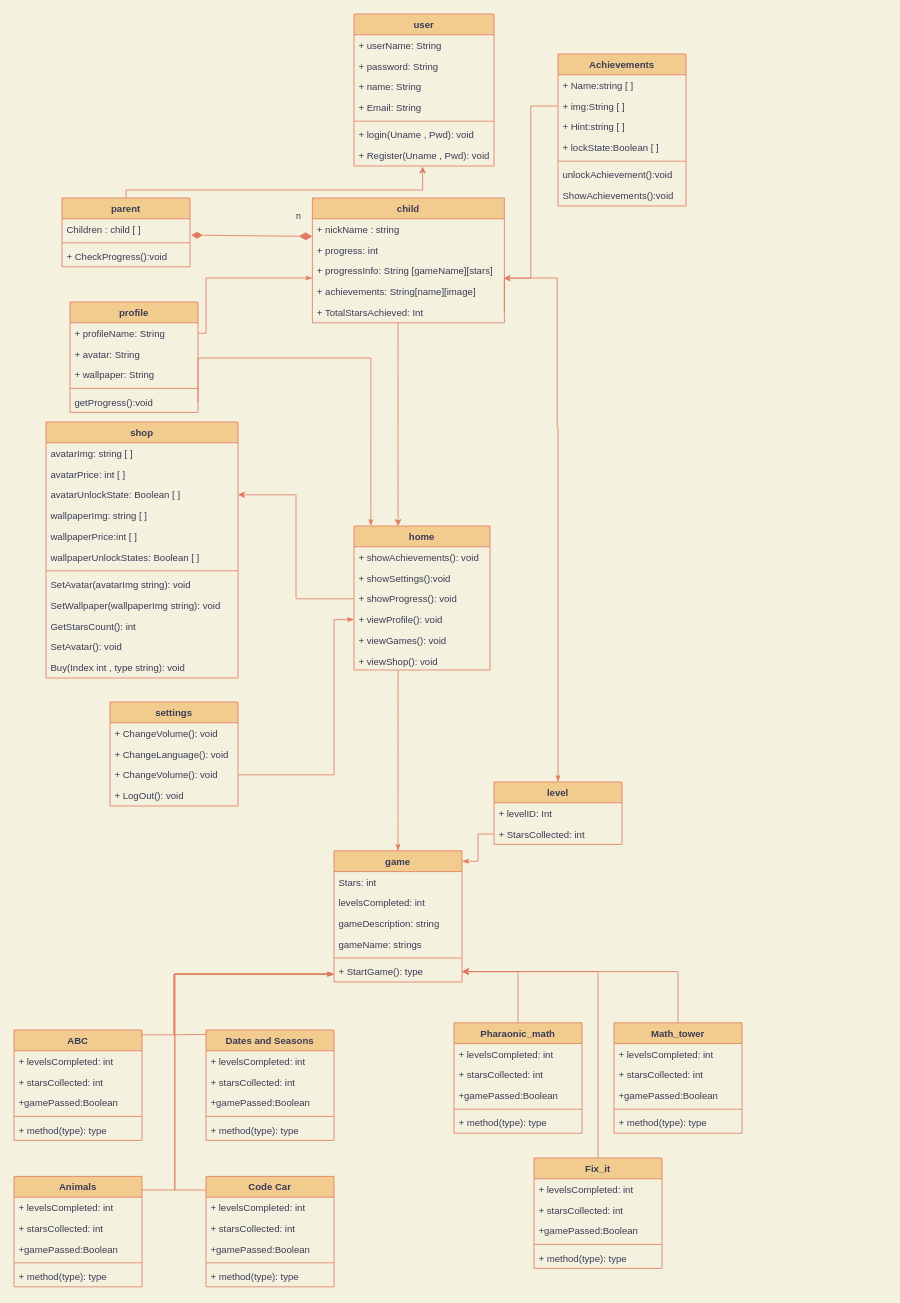
This is Diagrams/class_diagram v2.drawio from LUDOOS/LUDOSDOCS, a draw.io file, before an edit. Source tidied: cells renumbered, new cells numbered last; positions are measured from the earlier drawing's top-left corner, leaving out a move shared by most shapes. Both pictures are drawn from the tidied source at 80%, with x=0, y=0 at pixel (14, 14).
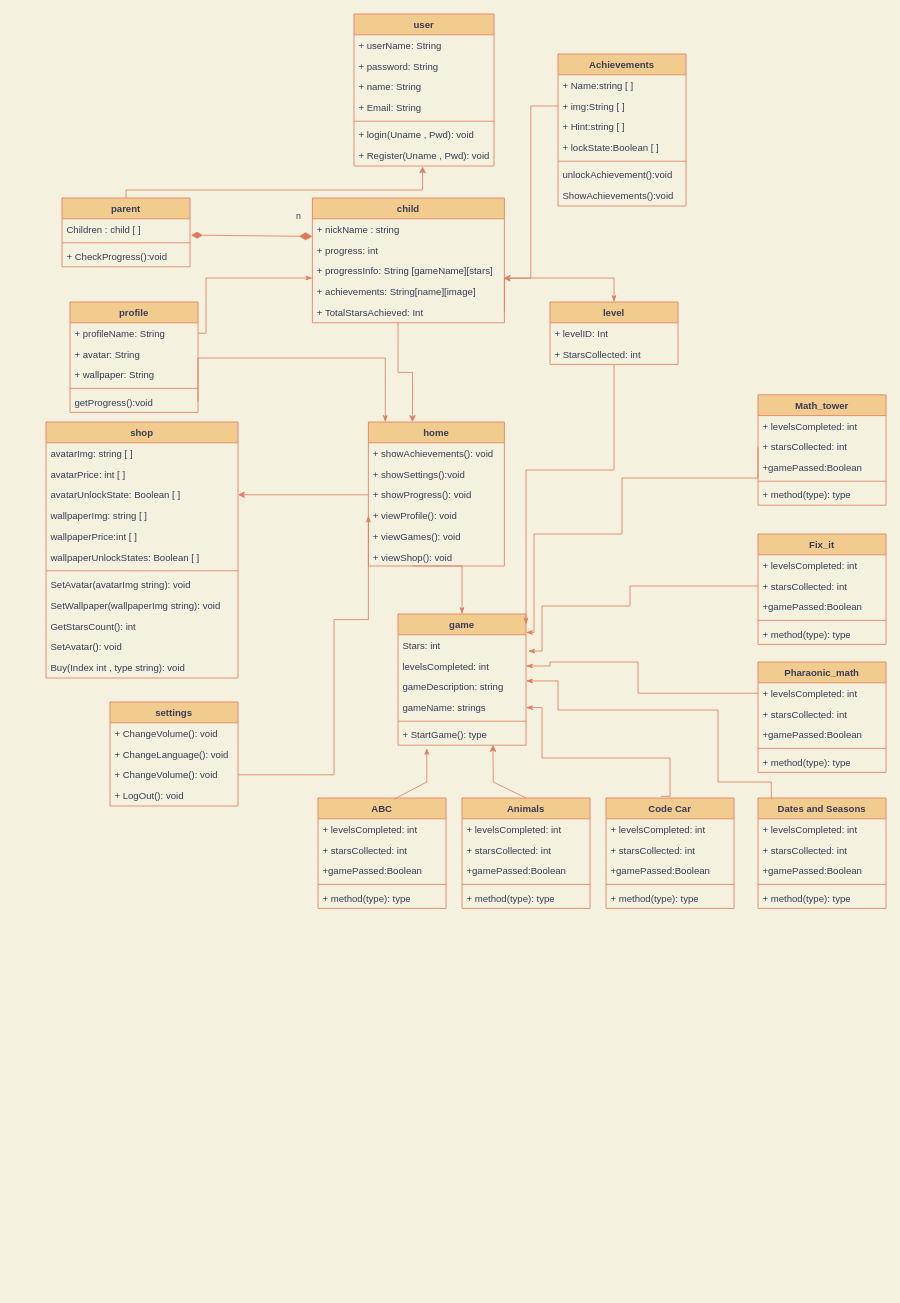
The same diagram, later.

The change refers to these unchanged cells:
```xml
<mxCell id="30" value="levelsCompleted: int" style="text;strokeColor=none;fillColor=none;align=left;verticalAlign=top;spacingLeft=4;spacingRight=4;overflow=hidden;points=[[0,0.5],[1,0.5]];portConstraint=eastwest;fontColor=#393C56;" parent="28" vertex="1">
  <mxGeometry y="52" width="160" height="26" as="geometry" />
</mxCell>
<mxCell id="31" value="gameDescription: string" style="text;strokeColor=none;fillColor=none;align=left;verticalAlign=top;spacingLeft=4;spacingRight=4;overflow=hidden;points=[[0,0.5],[1,0.5]];portConstraint=eastwest;fontColor=#393C56;" parent="28" vertex="1">
  <mxGeometry y="78" width="160" height="26" as="geometry" />
</mxCell>
<mxCell id="32" value="gameName: strings" style="text;strokeColor=none;fillColor=none;align=left;verticalAlign=top;spacingLeft=4;spacingRight=4;overflow=hidden;points=[[0,0.5],[1,0.5]];portConstraint=eastwest;fontColor=#393C56;" parent="28" vertex="1">
  <mxGeometry y="104" width="160" height="26" as="geometry" />
</mxCell>
<mxCell id="34" value="+ StartGame(): type" style="text;strokeColor=none;fillColor=none;align=left;verticalAlign=top;spacingLeft=4;spacingRight=4;overflow=hidden;points=[[0,0.5],[1,0.5]];portConstraint=eastwest;fontColor=#393C56;" parent="28" vertex="1">
  <mxGeometry y="138" width="160" height="26" as="geometry" />
</mxCell>
<mxCell id="41" value="+ TotalStarsAchieved: Int" style="text;strokeColor=none;fillColor=none;align=left;verticalAlign=top;spacingLeft=4;spacingRight=4;overflow=hidden;points=[[0,0.5],[1,0.5]];portConstraint=eastwest;fontColor=#393C56;" parent="36" vertex="1">
  <mxGeometry y="130" width="240" height="26" as="geometry" />
</mxCell>
<mxCell id="53" value="+ viewShop(): void" style="text;strokeColor=none;fillColor=none;align=left;verticalAlign=top;spacingLeft=4;spacingRight=4;overflow=hidden;points=[[0,0.5],[1,0.5]];portConstraint=eastwest;fontColor=#393C56;" parent="47" vertex="1">
  <mxGeometry y="156" width="170" height="24" as="geometry" />
</mxCell>
<mxCell id="63" value="+ starsCollected: int" style="text;strokeColor=none;fillColor=none;align=left;verticalAlign=top;spacingLeft=4;spacingRight=4;overflow=hidden;points=[[0,0.5],[1,0.5]];portConstraint=eastwest;fontColor=#393C56;" parent="61" vertex="1">
  <mxGeometry y="52" width="160" height="26" as="geometry" />
</mxCell>
<mxCell id="88" value="+ starsCollected: int" style="text;strokeColor=none;fillColor=none;align=left;verticalAlign=top;spacingLeft=4;spacingRight=4;overflow=hidden;points=[[0,0.5],[1,0.5]];portConstraint=eastwest;fontColor=#393C56;" parent="86" vertex="1">
  <mxGeometry y="52" width="160" height="26" as="geometry" />
</mxCell>
<mxCell id="94" value="+ levelsCompleted: int" style="text;strokeColor=none;fillColor=none;align=left;verticalAlign=top;spacingLeft=4;spacingRight=4;overflow=hidden;points=[[0,0.5],[1,0.5]];portConstraint=eastwest;fontColor=#393C56;" parent="93" vertex="1">
  <mxGeometry y="26" width="160" height="26" as="geometry" />
</mxCell>
<mxCell id="118" value="+ StarsCollected: int" style="text;strokeColor=none;fillColor=none;align=left;verticalAlign=top;spacingLeft=4;spacingRight=4;overflow=hidden;points=[[0,0.5],[1,0.5]];portConstraint=eastwest;fontColor=#393C56;" parent="116" vertex="1">
  <mxGeometry y="52" width="160" height="26" as="geometry" />
</mxCell>
```

Change to the diagram source:
```diff
@@
     <mxCell id="28" value="game" style="swimlane;fontStyle=1;align=center;verticalAlign=top;horizontal=1;startSize=26;fillColor=#F2CC8F;strokeColor=#E07A5F;fontColor=#393C56;" parent="1" vertex="1">
-      <mxGeometry x="400" y="1046" width="160" height="164" as="geometry" />
+      <mxGeometry x="480" y="750" width="160" height="164" as="geometry" />
     </mxCell>
@@
     <mxCell id="47" value="home" style="swimlane;fontStyle=1;align=center;verticalAlign=top;horizontal=1;startSize=26;fillColor=#F2CC8F;strokeColor=#E07A5F;fontColor=#393C56;" parent="1" vertex="1">
-      <mxGeometry x="425" y="640" width="170" height="180" as="geometry" />
+      <mxGeometry x="443" y="510" width="170" height="180" as="geometry" />
     </mxCell>
@@
     <mxCell id="54" value="ABC" style="swimlane;fontStyle=1;align=center;verticalAlign=top;horizontal=1;startSize=26;fillColor=#F2CC8F;strokeColor=#E07A5F;fontColor=#393C56;" parent="1" vertex="1">
-      <mxGeometry y="1270" width="160" height="138" as="geometry" />
+      <mxGeometry x="380" y="980" width="160" height="138" as="geometry" />
     </mxCell>
@@
-    <mxCell id="60" style="edgeStyle=orthogonalEdgeStyle;rounded=0;jettySize=auto;html=1;exitX=0.5;exitY=0;exitDx=0;exitDy=0;entryX=1;entryY=0.5;entryDx=0;entryDy=0;strokeColor=#E07A5F;fontColor=#393C56;fillColor=#F2CC8F;" parent="1" edge="1" source="61" target="34">
-      <mxGeometry relative="1" as="geometry" />
-    </mxCell>
     <mxCell id="61" value="Fix_it" style="swimlane;fontStyle=1;align=center;verticalAlign=top;horizontal=1;startSize=26;fillColor=#F2CC8F;strokeColor=#E07A5F;fontColor=#393C56;" parent="1" vertex="1">
-      <mxGeometry x="650" y="1430" width="160" height="138" as="geometry" />
+      <mxGeometry x="930" y="650" width="160" height="138" as="geometry" />
     </mxCell>
@@
     <mxCell id="67" value="Dates and Seasons" style="swimlane;fontStyle=1;align=center;verticalAlign=top;horizontal=1;startSize=26;fillColor=#F2CC8F;strokeColor=#E07A5F;fontColor=#393C56;" parent="1" vertex="1">
-      <mxGeometry x="240" y="1270" width="160" height="138" as="geometry" />
+      <mxGeometry x="930" y="980" width="160" height="138" as="geometry" />
     </mxCell>
@@
     <mxCell id="73" value="Code Car" style="swimlane;fontStyle=1;align=center;verticalAlign=top;horizontal=1;startSize=26;fillColor=#F2CC8F;strokeColor=#E07A5F;fontColor=#393C56;" parent="1" vertex="1">
-      <mxGeometry x="240" y="1453" width="160" height="138" as="geometry" />
+      <mxGeometry x="740" y="980" width="160" height="138" as="geometry" />
     </mxCell>
@@
     <mxCell id="79" value="Animals" style="swimlane;fontStyle=1;align=center;verticalAlign=top;horizontal=1;startSize=26;fillColor=#F2CC8F;strokeColor=#E07A5F;fontColor=#393C56;" parent="1" vertex="1">
-      <mxGeometry y="1453" width="160" height="138" as="geometry" />
+      <mxGeometry x="560" y="980" width="160" height="138" as="geometry" />
     </mxCell>
@@
-    <mxCell id="85" style="edgeStyle=orthogonalEdgeStyle;rounded=0;jettySize=auto;html=1;exitX=0.5;exitY=0;exitDx=0;exitDy=0;entryX=1;entryY=0.5;entryDx=0;entryDy=0;strokeColor=#E07A5F;fontColor=#393C56;fillColor=#F2CC8F;" parent="1" edge="1" source="86" target="34">
-      <mxGeometry relative="1" as="geometry" />
-    </mxCell>
     <mxCell id="86" value="Math_tower" style="swimlane;fontStyle=1;align=center;verticalAlign=top;horizontal=1;startSize=26;fillColor=#F2CC8F;strokeColor=#E07A5F;fontColor=#393C56;" parent="1" vertex="1">
-      <mxGeometry x="750" y="1261" width="160" height="138" as="geometry" />
+      <mxGeometry x="930" y="476" width="160" height="138" as="geometry" />
     </mxCell>
@@
-    <mxCell id="92" style="edgeStyle=orthogonalEdgeStyle;rounded=0;jettySize=auto;html=1;exitX=0.5;exitY=0;exitDx=0;exitDy=0;strokeColor=#E07A5F;fontColor=#393C56;fillColor=#F2CC8F;" parent="1" edge="1" source="93" target="34">
-      <mxGeometry relative="1" as="geometry" />
-    </mxCell>
     <mxCell id="93" value="Pharaonic_math" style="swimlane;fontStyle=1;align=center;verticalAlign=top;horizontal=1;startSize=26;fillColor=#F2CC8F;strokeColor=#E07A5F;fontColor=#393C56;" parent="1" vertex="1">
-      <mxGeometry x="550" y="1261" width="160" height="138" as="geometry" />
+      <mxGeometry x="930" y="810" width="160" height="138" as="geometry" />
     </mxCell>
@@
     <mxCell id="116" value="level" style="swimlane;fontStyle=1;align=center;verticalAlign=top;horizontal=1;startSize=26;strokeColor=#E07A5F;fontColor=#393C56;fillColor=#F2CC8F;" parent="1" vertex="1">
-      <mxGeometry x="600" y="960" width="160" height="78" as="geometry" />
+      <mxGeometry x="670" y="360" width="160" height="78" as="geometry" />
     </mxCell>
@@
     <mxCell id="120" style="edgeStyle=orthogonalEdgeStyle;rounded=0;jettySize=auto;html=1;strokeColor=#E07A5F;fontColor=#393C56;startArrow=none;startFill=0;endArrow=classicThin;endFill=1;fillColor=#F2CC8F;entryX=0.5;entryY=0;entryDx=0;entryDy=0;exitX=0.324;exitY=1;exitDx=0;exitDy=0;exitPerimeter=0;" parent="1" edge="1" source="53" target="28">
       <mxGeometry relative="1" as="geometry">
         <Array as="points">
-          <mxPoint x="480" y="830" />
+          <mxPoint x="560" y="690" />
         </Array>
       </mxGeometry>
     </mxCell>
@@
-    <mxCell id="123" style="rounded=0;jettySize=auto;html=1;exitX=0;exitY=0.5;exitDx=0;exitDy=0;strokeColor=#E07A5F;fontColor=#393C56;startArrow=none;startFill=0;endArrow=classicThin;endFill=1;fillColor=#F2CC8F;edgeStyle=orthogonalEdgeStyle;entryX=1;entryY=0.08;entryDx=0;entryDy=0;entryPerimeter=0;" parent="1" edge="1" source="118" target="28">
-      <mxGeometry relative="1" as="geometry" />
+    <mxCell id="123" style="rounded=0;jettySize=auto;html=1;strokeColor=#E07A5F;fontColor=#393C56;startArrow=none;startFill=0;endArrow=classicThin;endFill=1;fillColor=#F2CC8F;edgeStyle=orthogonalEdgeStyle;entryX=1;entryY=0.08;entryDx=0;entryDy=0;entryPerimeter=0;" parent="1" edge="1" source="118" target="28">
+      <mxGeometry relative="1" as="geometry">
+        <Array as="points">
+          <mxPoint x="750" y="570" />
+          <mxPoint x="640" y="570" />
+        </Array>
+      </mxGeometry>
     </mxCell>
-    <mxCell id="124" style="rounded=0;orthogonalLoop=1;jettySize=auto;html=1;strokeColor=#E07A5F;fontColor=#393C56;startArrow=none;startFill=0;endArrow=classicThin;endFill=1;fillColor=#F2CC8F;edgeStyle=orthogonalEdgeStyle;" parent="1" edge="1">
-      <mxGeometry relative="1" as="geometry">
-        <mxPoint x="159" y="1470" as="sourcePoint" />
-        <mxPoint x="400" y="1200.5" as="targetPoint" />
-        <Array as="points">
-          <mxPoint x="159" y="1470" />
-          <mxPoint x="201" y="1470" />
-          <mxPoint x="201" y="1200" />
-          <mxPoint x="400" y="1200" />
-        </Array>
-      </mxGeometry>
-    </mxCell>
-    <mxCell id="125" style="rounded=0;orthogonalLoop=1;jettySize=auto;html=1;strokeColor=#E07A5F;fontColor=#393C56;startArrow=none;startFill=0;endArrow=classicThin;endFill=1;fillColor=#F2CC8F;edgeStyle=orthogonalEdgeStyle;" parent="1" edge="1">
-      <mxGeometry relative="1" as="geometry">
-        <mxPoint x="240" y="1470" as="sourcePoint" />
-        <mxPoint x="400" y="1200" as="targetPoint" />
-        <Array as="points">
-          <mxPoint x="240" y="1470" />
-          <mxPoint x="201" y="1470" />
-          <mxPoint x="201" y="1200" />
-        </Array>
-      </mxGeometry>
-    </mxCell>
-    <mxCell id="126" style="rounded=0;jettySize=auto;html=1;strokeColor=#E07A5F;fontColor=#393C56;startArrow=none;startFill=0;endArrow=classicThin;endFill=1;fillColor=#F2CC8F;edgeStyle=orthogonalEdgeStyle;exitX=0.996;exitY=0.054;exitDx=0;exitDy=0;exitPerimeter=0;" parent="1" edge="1" source="54">
-      <mxGeometry relative="1" as="geometry">
-        <mxPoint x="400" y="1200" as="targetPoint" />
-        <Array as="points">
-          <mxPoint x="159" y="1276" />
-          <mxPoint x="200" y="1276" />
-          <mxPoint x="200" y="1200" />
-        </Array>
-      </mxGeometry>
-    </mxCell>
-    <mxCell id="127" style="rounded=0;jettySize=auto;html=1;strokeColor=#E07A5F;fontColor=#393C56;startArrow=none;startFill=0;endArrow=classicThin;endFill=1;fillColor=#F2CC8F;edgeStyle=orthogonalEdgeStyle;exitX=0.004;exitY=0.04;exitDx=0;exitDy=0;exitPerimeter=0;" parent="1" edge="1" source="67">
-      <mxGeometry relative="1" as="geometry">
-        <mxPoint x="400" y="1200" as="targetPoint" />
-        <Array as="points">
-          <mxPoint x="239" y="1275" />
-          <mxPoint x="200" y="1276" />
-          <mxPoint x="200" y="1200" />
-        </Array>
-      </mxGeometry>
-    </mxCell>
     <mxCell id="128" style="edgeStyle=orthogonalEdgeStyle;rounded=0;jettySize=auto;html=1;strokeColor=#E07A5F;fontColor=#393C56;startArrow=none;startFill=0;endArrow=classicThin;endFill=1;fillColor=#F2CC8F;entryX=0.5;entryY=0;entryDx=0;entryDy=0;exitX=1;exitY=0.5;exitDx=0;exitDy=0;" parent="1" edge="1" source="41" target="116">
       <mxGeometry relative="1" as="geometry">
         <Array as="points">
           <mxPoint x="613" y="330" />
-          <mxPoint x="679" y="330" />
-          <mxPoint x="679" y="516" />
-          <mxPoint x="680" y="516" />
+          <mxPoint x="750" y="330" />
         </Array>
       </mxGeometry>
     </mxCell>
+    <mxCell id="129" style="rounded=0;jettySize=auto;html=1;strokeColor=#E07A5F;fontColor=#393C56;startArrow=none;startFill=0;endArrow=classicThin;endFill=1;fillColor=#F2CC8F;edgeStyle=orthogonalEdgeStyle;entryX=1;entryY=0.141;entryDx=0;entryDy=0;entryPerimeter=0;exitX=0;exitY=0.5;exitDx=0;exitDy=0;" parent="1" edge="1" source="88" target="28">
+      <mxGeometry relative="1" as="geometry">
+        <Array as="points">
+          <mxPoint x="930" y="580" />
+          <mxPoint x="760" y="580" />
+          <mxPoint x="760" y="650" />
+          <mxPoint x="650" y="650" />
+          <mxPoint x="650" y="773" />
+        </Array>
+      </mxGeometry>
+    </mxCell>
+    <mxCell id="130" style="rounded=0;jettySize=auto;html=1;strokeColor=#E07A5F;fontColor=#393C56;startArrow=none;startFill=0;endArrow=classicThin;endFill=1;fillColor=#F2CC8F;edgeStyle=orthogonalEdgeStyle;entryX=1.017;entryY=-0.218;entryDx=0;entryDy=0;entryPerimeter=0;exitX=0;exitY=0.5;exitDx=0;exitDy=0;" parent="1" edge="1" source="63" target="30">
+      <mxGeometry relative="1" as="geometry">
+        <Array as="points">
+          <mxPoint x="770" y="715" />
+          <mxPoint x="770" y="740" />
+          <mxPoint x="660" y="740" />
+          <mxPoint x="660" y="796" />
+        </Array>
+      </mxGeometry>
+    </mxCell>
+    <mxCell id="131" style="rounded=0;jettySize=auto;html=1;strokeColor=#E07A5F;fontColor=#393C56;startArrow=none;startFill=0;endArrow=classicThin;endFill=1;fillColor=#F2CC8F;edgeStyle=orthogonalEdgeStyle;entryX=1;entryY=0.5;entryDx=0;entryDy=0;exitX=0;exitY=0.5;exitDx=0;exitDy=0;" parent="1" edge="1" source="94" target="30">
+      <mxGeometry relative="1" as="geometry">
+        <Array as="points">
+          <mxPoint x="780" y="849" />
+          <mxPoint x="780" y="810" />
+          <mxPoint x="670" y="810" />
+          <mxPoint x="670" y="815" />
+        </Array>
+      </mxGeometry>
+    </mxCell>
+    <mxCell id="132" style="rounded=0;jettySize=auto;html=1;strokeColor=#E07A5F;fontColor=#393C56;startArrow=none;startFill=0;endArrow=classicThin;endFill=1;fillColor=#F2CC8F;edgeStyle=orthogonalEdgeStyle;entryX=1;entryY=0.218;entryDx=0;entryDy=0;entryPerimeter=0;exitX=0.104;exitY=0.012;exitDx=0;exitDy=0;exitPerimeter=0;" parent="1" edge="1" source="67" target="31">
+      <mxGeometry relative="1" as="geometry">
+        <Array as="points">
+          <mxPoint x="947" y="960" />
+          <mxPoint x="880" y="960" />
+          <mxPoint x="880" y="870" />
+          <mxPoint x="680" y="870" />
+          <mxPoint x="680" y="834" />
+        </Array>
+      </mxGeometry>
+    </mxCell>
+    <mxCell id="133" style="rounded=0;jettySize=auto;html=1;strokeColor=#E07A5F;fontColor=#393C56;startArrow=none;startFill=0;endArrow=classicThin;endFill=1;fillColor=#F2CC8F;entryX=0.225;entryY=1.141;entryDx=0;entryDy=0;entryPerimeter=0;exitX=0.592;exitY=0.012;exitDx=0;exitDy=0;exitPerimeter=0;" parent="1" edge="1" source="54" target="34">
+      <mxGeometry relative="1" as="geometry">
+        <Array as="points">
+          <mxPoint x="516" y="960" />
+        </Array>
+      </mxGeometry>
+    </mxCell>
+    <mxCell id="134" style="rounded=0;jettySize=auto;html=1;strokeColor=#E07A5F;fontColor=#393C56;startArrow=classic;startFill=1;endArrow=none;endFill=0;fillColor=#F2CC8F;entryX=0.5;entryY=0;entryDx=0;entryDy=0;exitX=0.742;exitY=0.987;exitDx=0;exitDy=0;exitPerimeter=0;" parent="1" edge="1" source="34" target="79">
+      <mxGeometry relative="1" as="geometry">
+        <Array as="points">
+          <mxPoint x="599" y="960" />
+        </Array>
+      </mxGeometry>
+    </mxCell>
+    <mxCell id="135" style="rounded=0;jettySize=auto;html=1;strokeColor=#E07A5F;fontColor=#393C56;startArrow=none;startFill=0;endArrow=classicThin;endFill=1;fillColor=#F2CC8F;edgeStyle=orthogonalEdgeStyle;entryX=1;entryY=0.5;entryDx=0;entryDy=0;exitX=0.428;exitY=-0.015;exitDx=0;exitDy=0;exitPerimeter=0;" parent="1" edge="1" source="73" target="32">
+      <mxGeometry relative="1" as="geometry">
+        <Array as="points">
+          <mxPoint x="820" y="978" />
+          <mxPoint x="820" y="930" />
+          <mxPoint x="660" y="930" />
+          <mxPoint x="660" y="867" />
+        </Array>
+      </mxGeometry>
+    </mxCell>
```
